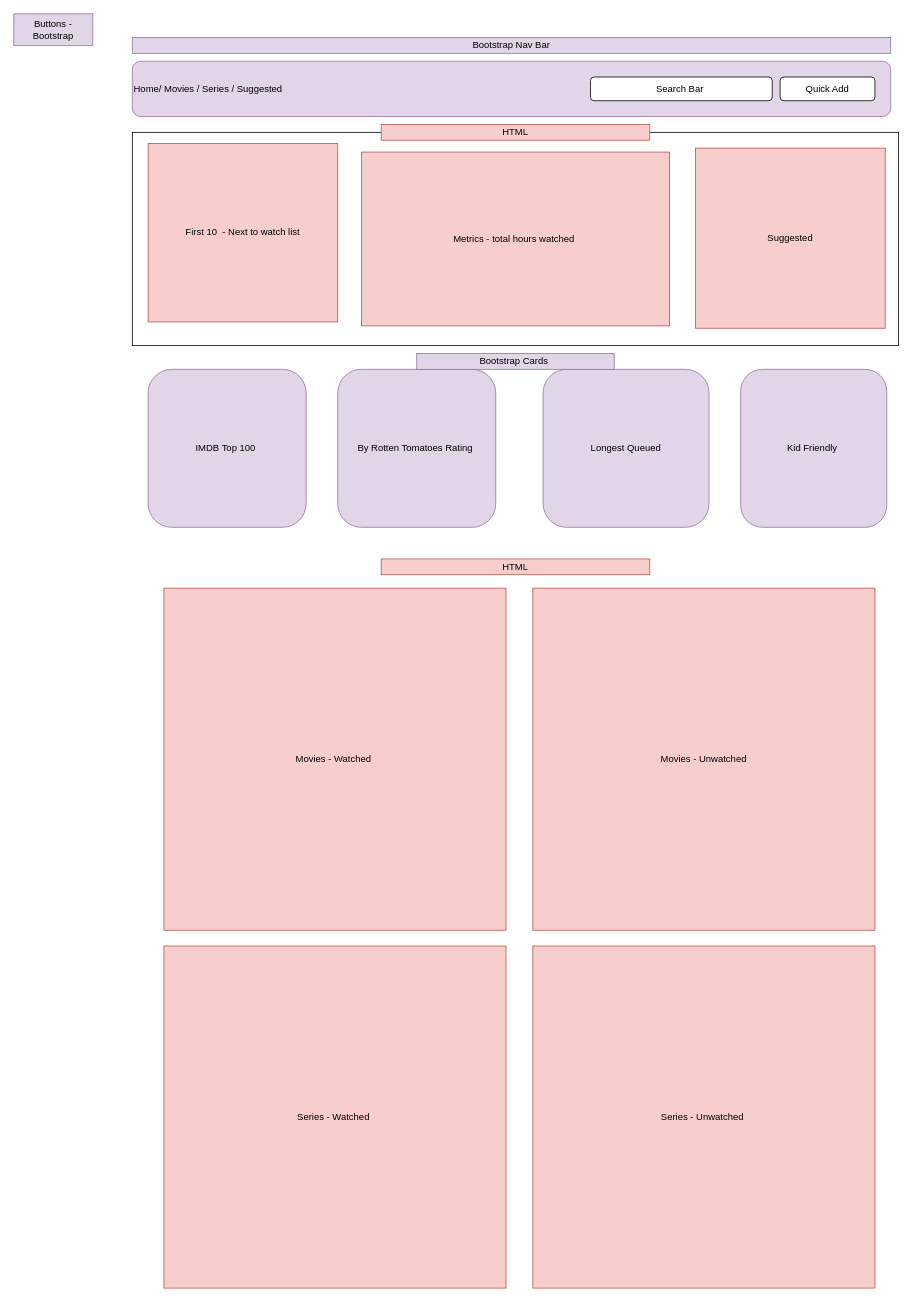
Twmwayne/project1 keeps this draw.io diagram as Untitled Diagram.drawio. Above is the earlier version. Source tidied: cells renumbered, new cells numbered last; positions are measured from the earlier drawing's top-left corner, leaving out a move shared by most shapes. Both pictures are drawn from the tidied source at 79%, with x=0, y=0 at pixel (13, 13).
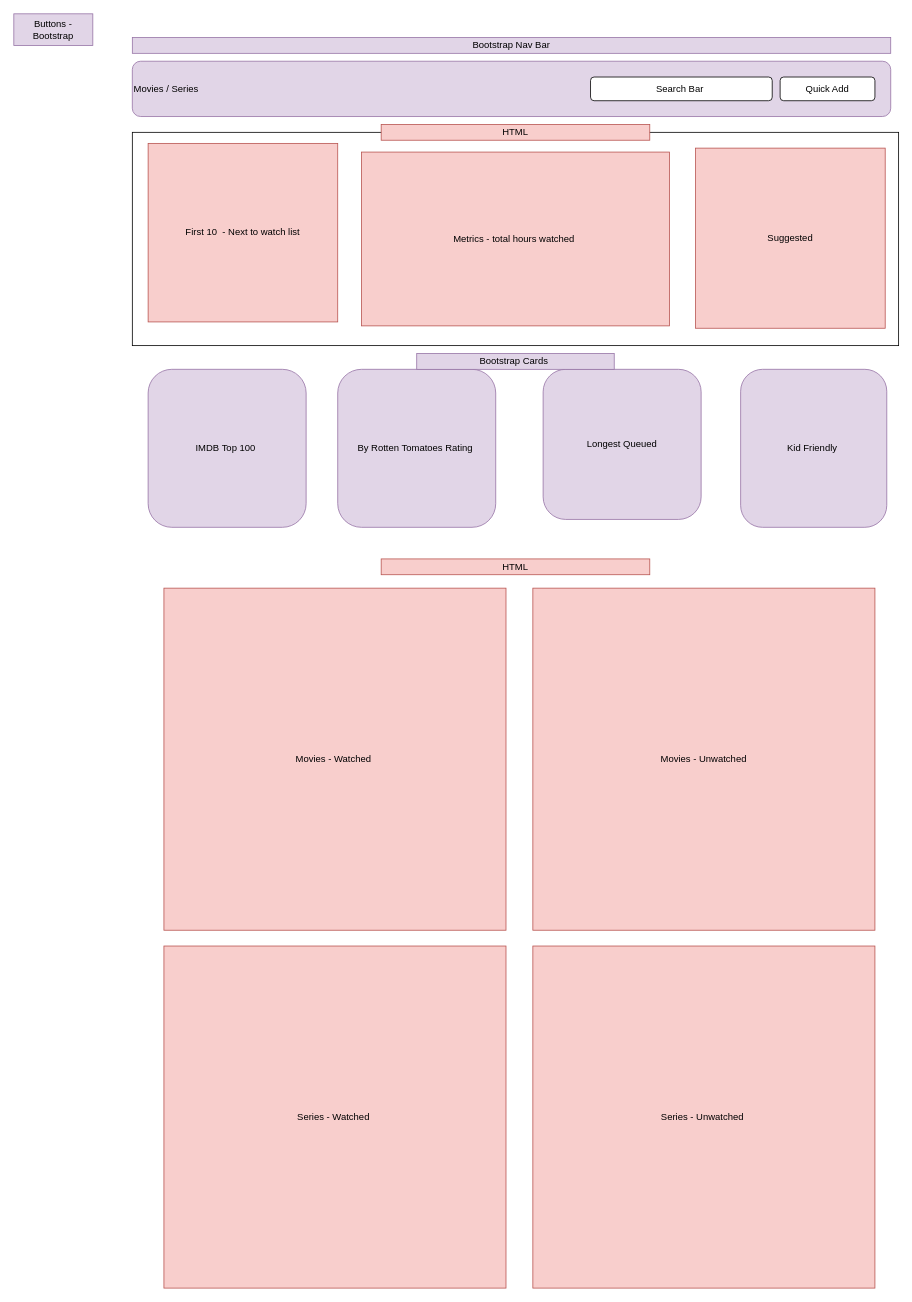
The same page after the edit.

Change to the diagram source:
```diff
@@
-    <mxCell id="2" value="Home/ Movies / Series / Suggested" style="rounded=1;whiteSpace=wrap;html=1;align=left;fillColor=#e1d5e7;strokeColor=#9673a6;" parent="1" vertex="1">
+    <mxCell id="2" value="Movies / Series&amp;nbsp;" style="rounded=1;whiteSpace=wrap;html=1;align=left;fillColor=#e1d5e7;strokeColor=#9673a6;" parent="1" vertex="1">
       <mxGeometry x="150" y="60" width="960" height="70" as="geometry" />
     </mxCell>
@@
     <mxCell id="6" value="Longest Queued" style="rounded=1;whiteSpace=wrap;html=1;fillColor=#e1d5e7;strokeColor=#9673a6;" parent="1" vertex="1">
-      <mxGeometry x="670" y="450" width="210" height="200" as="geometry" />
+      <mxGeometry x="670" y="450" width="200" height="190" as="geometry" />
     </mxCell>
```
